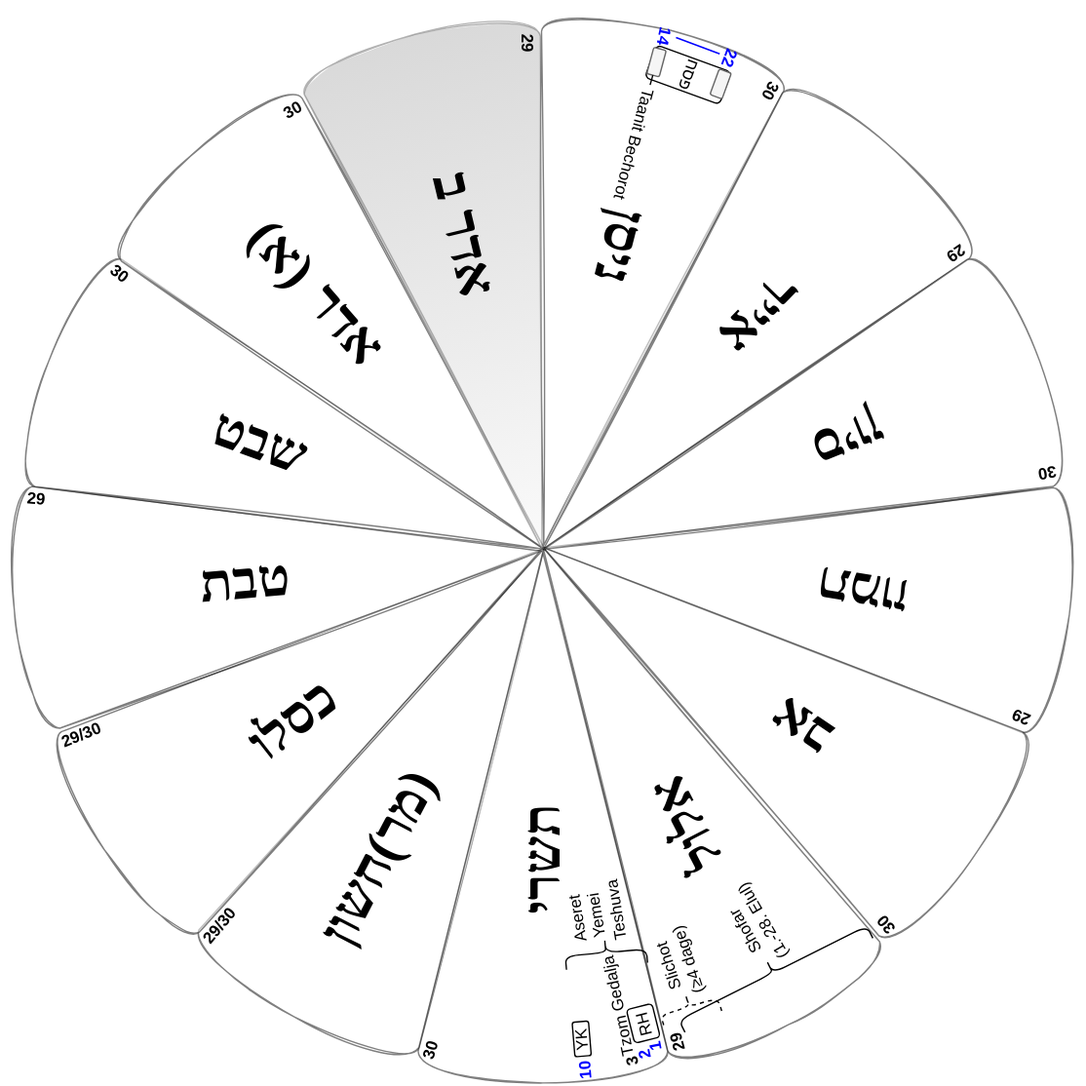
tuejoshua/tuejoshua.github.io keeps this draw.io diagram as åretsHjul/åretsHjul.drawio.svg. Above is the earlier version. Source tidied: cells renumbered, new cells last; positions are measured from the earlier drawing's top-left corner, leaving out a move shared by most shapes.
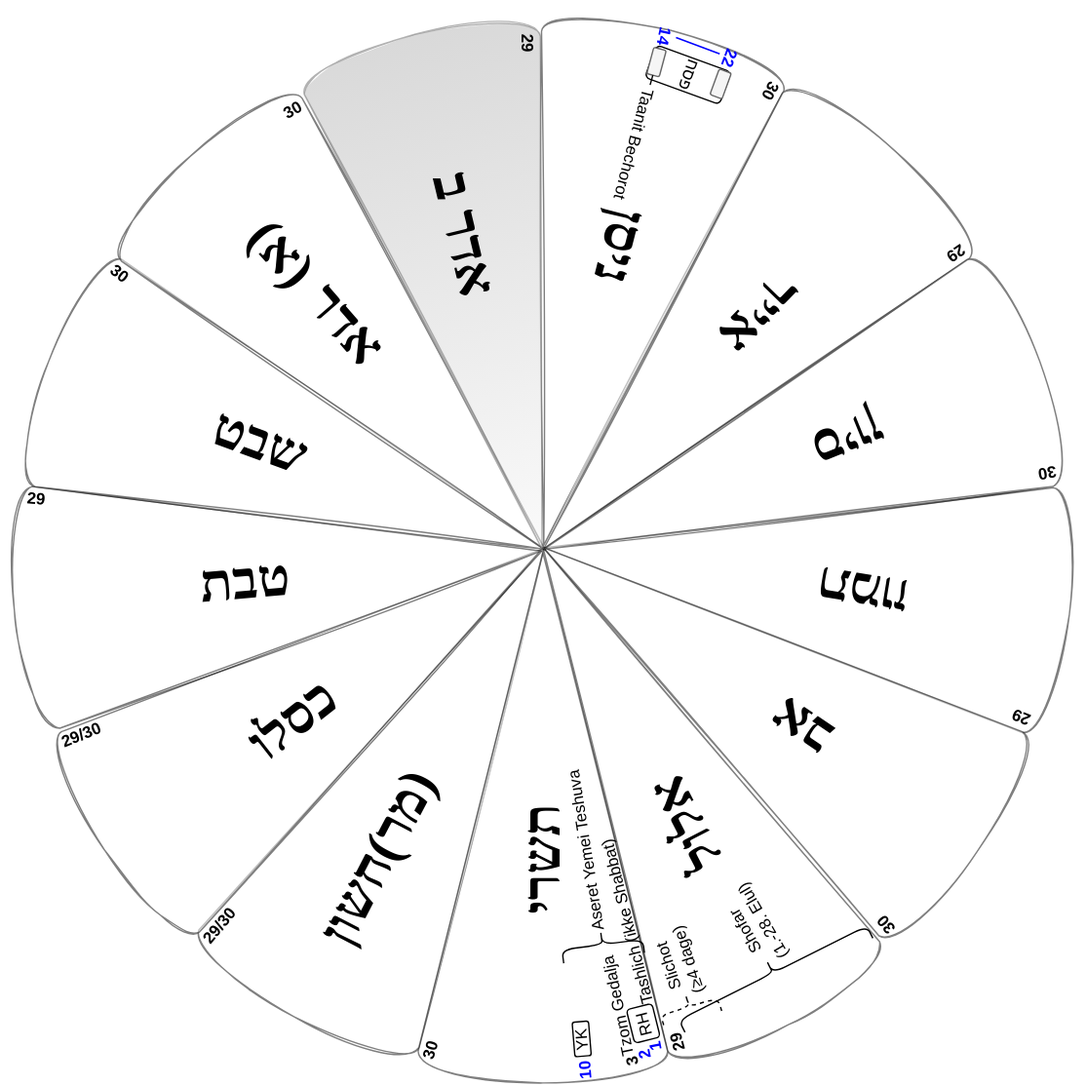
The same diagram one commit later.

Diff of the diagram source:
```diff
@@ -174,11 +174,11 @@
     <mxCell id="58" value="2" style="text;html=1;align=center;verticalAlign=middle;whiteSpace=wrap;rounded=0;fontColor=#0000FF;fontStyle=1;rotation=-102;" parent="43" vertex="1">
       <mxGeometry x="446" y="746" width="20" height="20" as="geometry" />
     </mxCell>
-    <mxCell id="59" style="shape=curlyBracket;whiteSpace=wrap;html=1;rounded=1;labelPosition=left;verticalLabelPosition=middle;align=right;verticalAlign=middle;size=0.5;rotation=85;" parent="43" vertex="1">
-      <mxGeometry x="417.6" y="651.9" width="20" height="59.7" as="geometry" />
+    <mxCell id="59" style="shape=curlyBracket;whiteSpace=wrap;html=1;rounded=1;labelPosition=left;verticalLabelPosition=middle;align=right;verticalAlign=middle;size=0.5;rotation=82.6;" parent="43" vertex="1">
+      <mxGeometry x="415" y="646" width="20" height="59.7" as="geometry" />
     </mxCell>
-    <mxCell id="60" value="Aseret&amp;nbsp;&lt;div&gt;Yemei&amp;nbsp;&lt;/div&gt;&lt;div&gt;Teshuva&lt;/div&gt;" style="text;html=1;align=center;verticalAlign=middle;whiteSpace=wrap;rounded=0;rotation=-99;" parent="43" vertex="1">
-      <mxGeometry x="402" y="646" width="36.6" height="13.7" as="geometry" />
+    <mxCell id="60" value="Aseret&amp;nbsp;&lt;span style=&quot;background-color: transparent; color: light-dark(rgb(0, 0, 0), rgb(255, 255, 255));&quot;&gt;Yemei&amp;nbsp;&lt;/span&gt;&lt;span style=&quot;background-color: transparent; color: light-dark(rgb(0, 0, 0), rgb(255, 255, 255));&quot;&gt;Teshuva&lt;/span&gt;" style="text;html=1;align=center;verticalAlign=middle;whiteSpace=wrap;rounded=0;rotation=-99;" parent="43" vertex="1">
+      <mxGeometry x="354" y="600" width="117.5" height="13.7" as="geometry" />
     </mxCell>
     <mxCell id="61" value="3" style="text;html=1;align=center;verticalAlign=middle;whiteSpace=wrap;rounded=0;fontColor=light-dark(#000000,#000000);fontStyle=1;rotation=-102;" parent="43" vertex="1">
       <mxGeometry x="437" y="751" width="20" height="20" as="geometry" />
@@ -192,5 +192,8 @@
     <mxCell id="64" value="YK" style="rounded=1;whiteSpace=wrap;html=1;rotation=-94.7;" parent="43" vertex="1">
       <mxGeometry x="397.2" y="739" width="25.4" height="12" as="geometry" />
     </mxCell>
+    <mxCell id="65" value="Tashlich (ikke Shabbat)" style="text;html=1;align=center;verticalAlign=middle;whiteSpace=wrap;rounded=0;rotation=-104;" parent="43" vertex="1">
+      <mxGeometry x="374" y="652" width="138.2" height="13.7" as="geometry" />
+    </mxCell>
   </root>
 </mxGraphModel>
```
